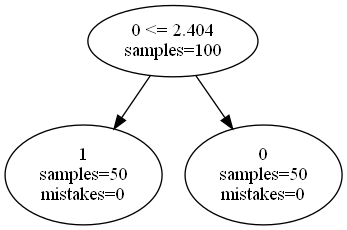
lucasximenes/improved-dollop keeps this Graphviz diagram as TCC/test.gv.png. Above is the earlier version. Its source is kept beside it as TCC/test.gv. Its diagram source:
```dot
digraph ClusteringTree {
n_0 [label="0 <= 2.404
samples=\100"];
n_1 [label="1
samples=\50
mistakes=\0"];
n_2 [label="0
samples=\50
mistakes=\0"];
n_0 -> n_1;
n_0 -> n_2;
}
```
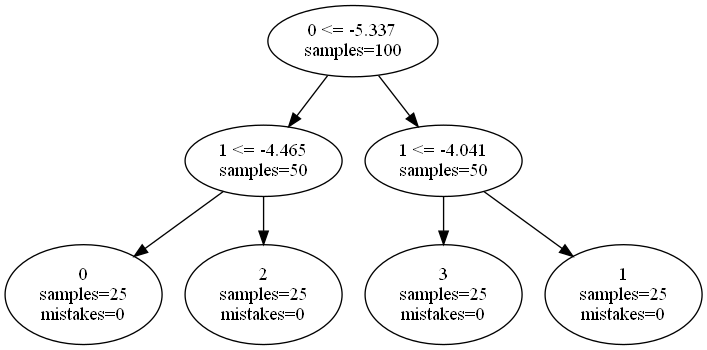
After the change.

Diff of the diagram source:
```diff
@@ -1,12 +1,26 @@
 digraph ClusteringTree {
-n_0 [label="0 <= 2.404
+n_0 [label="0 <= -5.337
 samples=\100"];
-n_1 [label="1
-samples=\50
+n_1 [label="1 <= -4.465
+samples=\50"];
+n_2 [label="1 <= -4.041
+samples=\50"];
+n_3 [label="0
+samples=\25
 mistakes=\0"];
-n_2 [label="0
-samples=\50
+n_4 [label="2
+samples=\25
+mistakes=\0"];
+n_5 [label="3
+samples=\25
+mistakes=\0"];
+n_6 [label="1
+samples=\25
 mistakes=\0"];
 n_0 -> n_1;
 n_0 -> n_2;
+n_1 -> n_3;
+n_1 -> n_4;
+n_2 -> n_5;
+n_2 -> n_6;
 }
```
